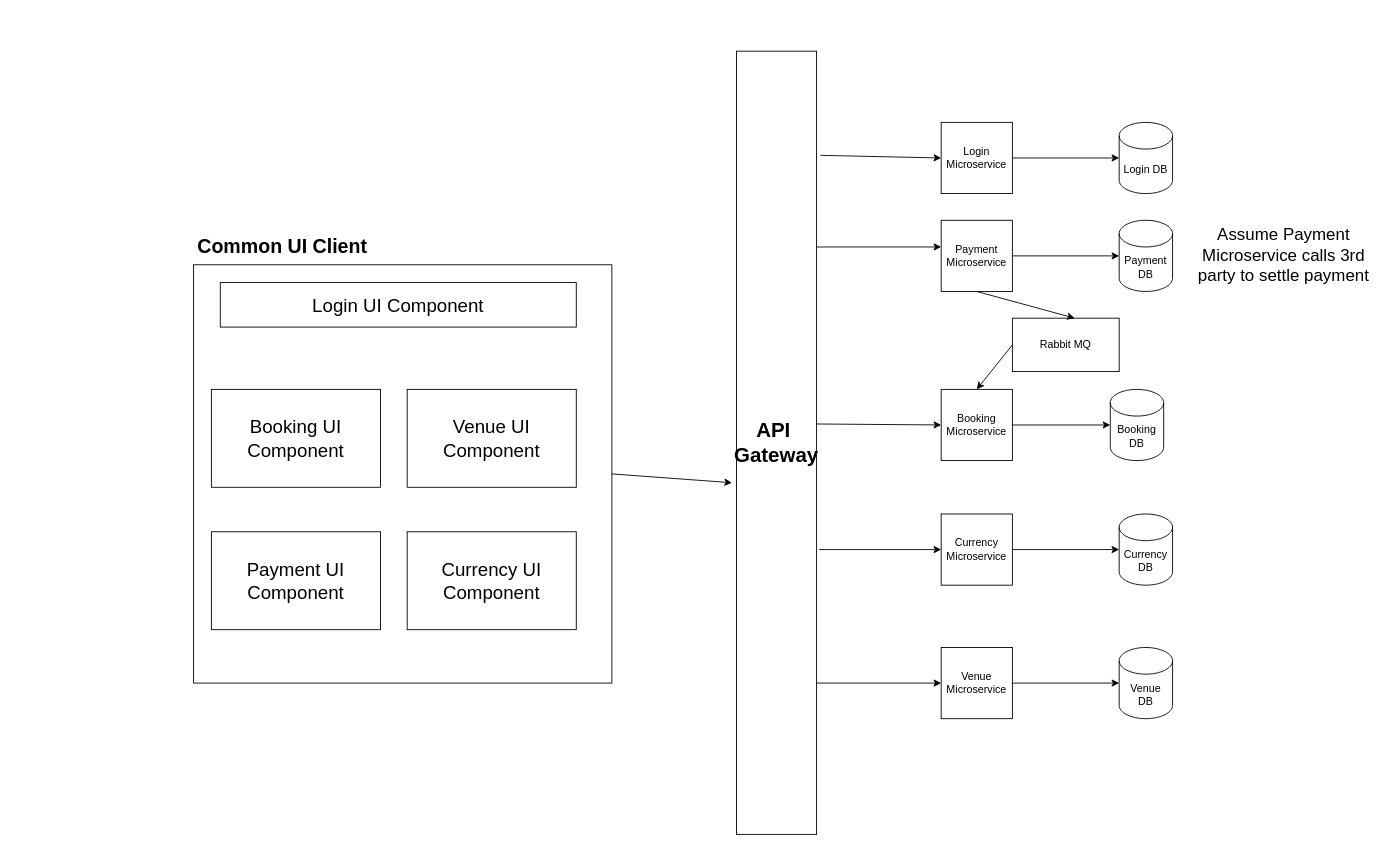
Above: microservices-task-1.drawio in joohong89/microservices-task-1 (draw.io), before the change. Source tidied: cells renumbered, new cells numbered last; positions are measured from the earlier drawing's top-left corner, leaving out a move shared by most shapes. Both pictures are drawn from the tidied source at 89%, with x=0, y=0 at pixel (140, 51).
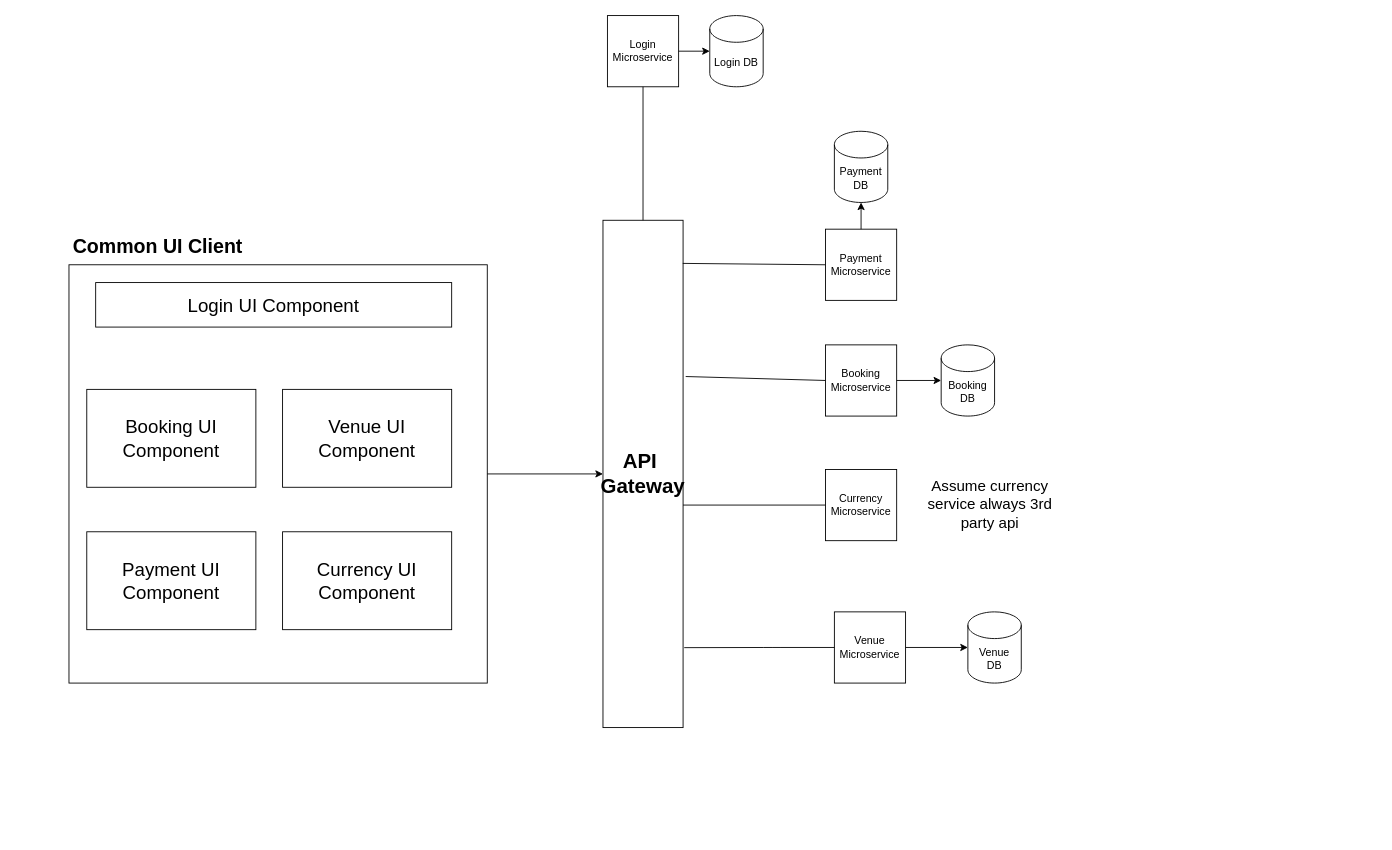
After the change.

Change to the diagram source:
```diff
@@
     <mxCell id="2" value="Login&lt;br&gt;Microservice" style="whiteSpace=wrap;html=1;" parent="1" vertex="1">
-      <mxGeometry x="900" y="80" width="80" height="80" as="geometry" />
+      <mxGeometry x="525" y="-40" width="80" height="80" as="geometry" />
     </mxCell>
     <mxCell id="3" value="Payment&lt;br&gt;Microservice" style="whiteSpace=wrap;html=1;" parent="1" vertex="1">
-      <mxGeometry x="900" y="190" width="80" height="80" as="geometry" />
+      <mxGeometry x="770" y="200" width="80" height="80" as="geometry" />
     </mxCell>
     <mxCell id="4" value="Booking&lt;br&gt;Microservice" style="whiteSpace=wrap;html=1;" parent="1" vertex="1">
-      <mxGeometry x="900" y="380" width="80" height="80" as="geometry" />
+      <mxGeometry x="770" y="330" width="80" height="80" as="geometry" />
     </mxCell>
     <mxCell id="5" value="Currency&lt;br&gt;Microservice" style="whiteSpace=wrap;html=1;" parent="1" vertex="1">
-      <mxGeometry x="900" y="520" width="80" height="80" as="geometry" />
+      <mxGeometry x="770" y="470" width="80" height="80" as="geometry" />
     </mxCell>
     <mxCell id="6" value="Venue&lt;br&gt;Microservice" style="whiteSpace=wrap;html=1;" parent="1" vertex="1">
-      <mxGeometry x="900" y="670" width="80" height="80" as="geometry" />
+      <mxGeometry x="780" y="630" width="80" height="80" as="geometry" />
     </mxCell>
     <mxCell id="7" value="Login DB" style="shape=cylinder3;whiteSpace=wrap;html=1;boundedLbl=1;backgroundOutline=1;size=15;" parent="1" vertex="1">
-      <mxGeometry x="1100" y="80" width="60" height="80" as="geometry" />
+      <mxGeometry x="640" y="-40" width="60" height="80" as="geometry" />
     </mxCell>
     <mxCell id="8" value="Payment&lt;br&gt;DB" style="shape=cylinder3;whiteSpace=wrap;html=1;boundedLbl=1;backgroundOutline=1;size=15;" parent="1" vertex="1">
-      <mxGeometry x="1100" y="190" width="60" height="80" as="geometry" />
+      <mxGeometry x="780" y="90" width="60" height="80" as="geometry" />
     </mxCell>
     <mxCell id="9" value="Booking DB" style="shape=cylinder3;whiteSpace=wrap;html=1;boundedLbl=1;backgroundOutline=1;size=15;" parent="1" vertex="1">
-      <mxGeometry x="1090" y="380" width="60" height="80" as="geometry" />
+      <mxGeometry x="900" y="330" width="60" height="80" as="geometry" />
     </mxCell>
-    <mxCell id="10" value="Currency&lt;br&gt;DB" style="shape=cylinder3;whiteSpace=wrap;html=1;boundedLbl=1;backgroundOutline=1;size=15;" parent="1" vertex="1">
-      <mxGeometry x="1100" y="520" width="60" height="80" as="geometry" />
-    </mxCell>
     <mxCell id="11" value="Venue&lt;br&gt;DB" style="shape=cylinder3;whiteSpace=wrap;html=1;boundedLbl=1;backgroundOutline=1;size=15;" parent="1" vertex="1">
-      <mxGeometry x="1100" y="670" width="60" height="80" as="geometry" />
+      <mxGeometry x="930" y="630" width="60" height="80" as="geometry" />
     </mxCell>
     <mxCell id="12" value="&amp;nbsp;" style="text;html=1;align=center;verticalAlign=middle;strokeColor=none;fillColor=none;" parent="1" vertex="1">
-      <mxGeometry x="560" y="530" width="20" height="20" as="geometry" />
+      <mxGeometry x="420" y="530" width="20" height="20" as="geometry" />
     </mxCell>
     <mxCell id="13" value="&lt;font style=&quot;font-size: 23px&quot;&gt;&lt;b&gt;API&amp;nbsp;&lt;br&gt;Gateway&lt;/b&gt;&lt;/font&gt;" style="rounded=0;whiteSpace=wrap;html=1;" parent="1" vertex="1">
-      <mxGeometry x="670" width="90" height="880" as="geometry" />
+      <mxGeometry x="520" y="190" width="90" height="570" as="geometry" />
     </mxCell>
     <mxCell id="14" style="whiteSpace=wrap;html=1;" parent="1" vertex="1">
-      <mxGeometry x="60" y="240" width="470" height="470" as="geometry" />
+      <mxGeometry x="-80" y="240" width="470" height="470" as="geometry" />
     </mxCell>
     <mxCell id="15" value="&lt;font size=&quot;1&quot;&gt;&lt;b style=&quot;font-size: 22px&quot;&gt;Common UI Client&lt;/b&gt;&lt;/font&gt;" style="text;html=1;strokeColor=none;fillColor=none;align=center;verticalAlign=middle;whiteSpace=wrap;rounded=0;" parent="1" vertex="1">
-      <mxGeometry y="210" width="320" height="20" as="geometry" />
+      <mxGeometry x="-140" y="210" width="320" height="20" as="geometry" />
     </mxCell>
     <mxCell id="16" value="&lt;font style=&quot;font-size: 21px&quot;&gt;Login UI Component&lt;/font&gt;" style="rounded=0;whiteSpace=wrap;html=1;fillColor=#ffffff;" parent="1" vertex="1">
-      <mxGeometry x="90" y="260" width="400" height="50" as="geometry" />
+      <mxGeometry x="-50" y="260" width="400" height="50" as="geometry" />
     </mxCell>
     <mxCell id="17" value="&lt;font style=&quot;font-size: 21px&quot;&gt;Payment UI Component&lt;/font&gt;" style="rounded=0;whiteSpace=wrap;html=1;fillColor=#ffffff;" parent="1" vertex="1">
-      <mxGeometry x="80" y="540" width="190" height="110" as="geometry" />
+      <mxGeometry x="-60" y="540" width="190" height="110" as="geometry" />
     </mxCell>
     <mxCell id="18" value="&lt;font style=&quot;font-size: 21px&quot;&gt;Currency UI Component&lt;/font&gt;" style="rounded=0;whiteSpace=wrap;html=1;fillColor=#ffffff;" parent="1" vertex="1">
-      <mxGeometry x="300" y="540" width="190" height="110" as="geometry" />
+      <mxGeometry x="160" y="540" width="190" height="110" as="geometry" />
     </mxCell>
     <mxCell id="19" value="&lt;font style=&quot;font-size: 21px&quot;&gt;Booking UI Component&lt;/font&gt;" style="rounded=0;whiteSpace=wrap;html=1;fillColor=#ffffff;" parent="1" vertex="1">
-      <mxGeometry x="80" y="380" width="190" height="110" as="geometry" />
+      <mxGeometry x="-60" y="380" width="190" height="110" as="geometry" />
     </mxCell>
-    <mxCell id="20" style="endArrow=classic;html=1;entryX=0;entryY=0.5;entryDx=0;entryDy=0;exitX=1.048;exitY=0.133;exitDx=0;exitDy=0;exitPerimeter=0;" parent="1" edge="1" source="13" target="2">
-      <mxGeometry relative="1" as="geometry" />
-    </mxCell>
-    <mxCell id="21" style="endArrow=classic;html=1;exitX=1;exitY=0.25;exitDx=0;exitDy=0;" parent="1" edge="1" source="13">
-      <mxGeometry relative="1" as="geometry">
-        <mxPoint x="900" y="220" as="targetPoint" />
-      </mxGeometry>
-    </mxCell>
-    <mxCell id="22" style="endArrow=classic;html=1;entryX=0;entryY=0.5;entryDx=0;entryDy=0;exitX=0.996;exitY=0.476;exitDx=0;exitDy=0;exitPerimeter=0;" parent="1" edge="1" source="13" target="4">
-      <mxGeometry relative="1" as="geometry" />
-    </mxCell>
-    <mxCell id="23" style="endArrow=classic;html=1;entryX=0;entryY=0.5;entryDx=0;entryDy=0;" parent="1" edge="1" target="5">
-      <mxGeometry relative="1" as="geometry">
-        <mxPoint x="763" y="560" as="sourcePoint" />
-      </mxGeometry>
-    </mxCell>
-    <mxCell id="24" style="endArrow=classic;html=1;entryX=0;entryY=0.5;entryDx=0;entryDy=0;" parent="1" edge="1" target="6">
-      <mxGeometry relative="1" as="geometry">
-        <mxPoint x="760" y="710" as="sourcePoint" />
-      </mxGeometry>
-    </mxCell>
@@
-    <mxCell id="26" style="endArrow=classic;html=1;entryX=0;entryY=0.5;entryDx=0;entryDy=0;entryPerimeter=0;exitX=1;exitY=0.5;exitDx=0;exitDy=0;" parent="1" edge="1" source="5" target="10">
-      <mxGeometry relative="1" as="geometry" />
-    </mxCell>
@@
-    <mxCell id="28" style="endArrow=classic;html=1;entryX=0;entryY=0.5;entryDx=0;entryDy=0;entryPerimeter=0;exitX=1;exitY=0.5;exitDx=0;exitDy=0;" parent="1" edge="1" source="3" target="8">
+    <mxCell id="28" style="endArrow=classic;html=1;entryX=0.5;entryY=1;entryDx=0;entryDy=0;entryPerimeter=0;exitX=0.5;exitY=0;exitDx=0;exitDy=0;" parent="1" edge="1" source="3" target="8">
       <mxGeometry relative="1" as="geometry" />
     </mxCell>
@@
-    <mxCell id="30" value="Rabbit MQ" style="rounded=0;whiteSpace=wrap;html=1;fillColor=#ffffff;" parent="1" vertex="1">
-      <mxGeometry x="980" y="300" width="120" height="60" as="geometry" />
-    </mxCell>
-    <mxCell id="31" style="endArrow=classic;html=1;exitX=0.5;exitY=1;exitDx=0;exitDy=0;" parent="1" edge="1" source="3">
-      <mxGeometry relative="1" as="geometry">
-        <mxPoint x="1050" y="300" as="targetPoint" />
-      </mxGeometry>
-    </mxCell>
-    <mxCell id="32" value="&lt;font style=&quot;font-size: 19px&quot;&gt;Assume Payment Microservice calls 3rd party to settle payment&lt;/font&gt;" style="text;html=1;strokeColor=none;fillColor=none;align=center;verticalAlign=middle;whiteSpace=wrap;rounded=0;" parent="1" vertex="1">
-      <mxGeometry x="1180" y="220" width="210" height="20" as="geometry" />
-    </mxCell>
-    <mxCell id="33" style="endArrow=classic;html=1;exitX=0;exitY=0.5;exitDx=0;exitDy=0;entryX=0.5;entryY=0;entryDx=0;entryDy=0;" parent="1" edge="1" source="30" target="4">
-      <mxGeometry relative="1" as="geometry" />
-    </mxCell>
     <mxCell id="34" value="&lt;font style=&quot;font-size: 21px&quot;&gt;Venue UI Component&lt;/font&gt;" style="rounded=0;whiteSpace=wrap;html=1;fillColor=#ffffff;" parent="1" vertex="1">
-      <mxGeometry x="300" y="380" width="190" height="110" as="geometry" />
+      <mxGeometry x="160" y="380" width="190" height="110" as="geometry" />
     </mxCell>
-    <mxCell id="35" style="endArrow=classic;html=1;exitX=1;exitY=0.5;exitDx=0;exitDy=0;entryX=-0.056;entryY=0.551;entryDx=0;entryDy=0;entryPerimeter=0;" parent="1" edge="1" source="14" target="13">
+    <mxCell id="35" style="endArrow=classic;html=1;exitX=1;exitY=0.5;exitDx=0;exitDy=0;entryX=0;entryY=0.5;entryDx=0;entryDy=0;" parent="1" edge="1" source="14" target="13">
       <mxGeometry relative="1" as="geometry" />
     </mxCell>
+    <mxCell id="36" style="endArrow=none;html=1;exitX=1.015;exitY=0.895;exitDx=0;exitDy=0;exitPerimeter=0;entryX=0;entryY=0.5;entryDx=0;entryDy=0;" parent="1" edge="1" target="6">
+      <mxGeometry relative="1" as="geometry">
+        <mxPoint x="611.3" y="670.2" as="sourcePoint" />
+        <Array as="points">
+          <mxPoint x="710" y="670" />
+        </Array>
+      </mxGeometry>
+    </mxCell>
+    <mxCell id="22" style="endArrow=none;html=1;exitX=1.033;exitY=0.308;exitDx=0;exitDy=0;exitPerimeter=0;entryX=0;entryY=0.5;entryDx=0;entryDy=0;" parent="1" edge="1" source="13" target="4">
+      <mxGeometry relative="1" as="geometry" />
+    </mxCell>
+    <mxCell id="37" style="endArrow=none;html=1;exitX=0.996;exitY=0.085;exitDx=0;exitDy=0;exitPerimeter=0;entryX=0;entryY=0.5;entryDx=0;entryDy=0;" parent="1" edge="1" source="13" target="3">
+      <mxGeometry relative="1" as="geometry" />
+    </mxCell>
+    <mxCell id="20" style="endArrow=none;html=1;exitX=0.5;exitY=0;exitDx=0;exitDy=0;entryX=0.5;entryY=1;entryDx=0;entryDy=0;" parent="1" edge="1" source="13" target="2">
+      <mxGeometry relative="1" as="geometry" />
+    </mxCell>
+    <mxCell id="38" style="endArrow=none;html=1;entryX=0;entryY=0.5;entryDx=0;entryDy=0;" parent="1" edge="1" target="5">
+      <mxGeometry relative="1" as="geometry">
+        <mxPoint x="610" y="510" as="sourcePoint" />
+      </mxGeometry>
+    </mxCell>
+    <mxCell id="39" value="&lt;font style=&quot;font-size: 17px&quot;&gt;Assume currency service always 3rd party api&lt;/font&gt;" style="text;html=1;strokeColor=none;fillColor=none;align=center;verticalAlign=middle;whiteSpace=wrap;rounded=0;" parent="1" vertex="1">
+      <mxGeometry x="880" y="455" width="150" height="110" as="geometry" />
+    </mxCell>
```
